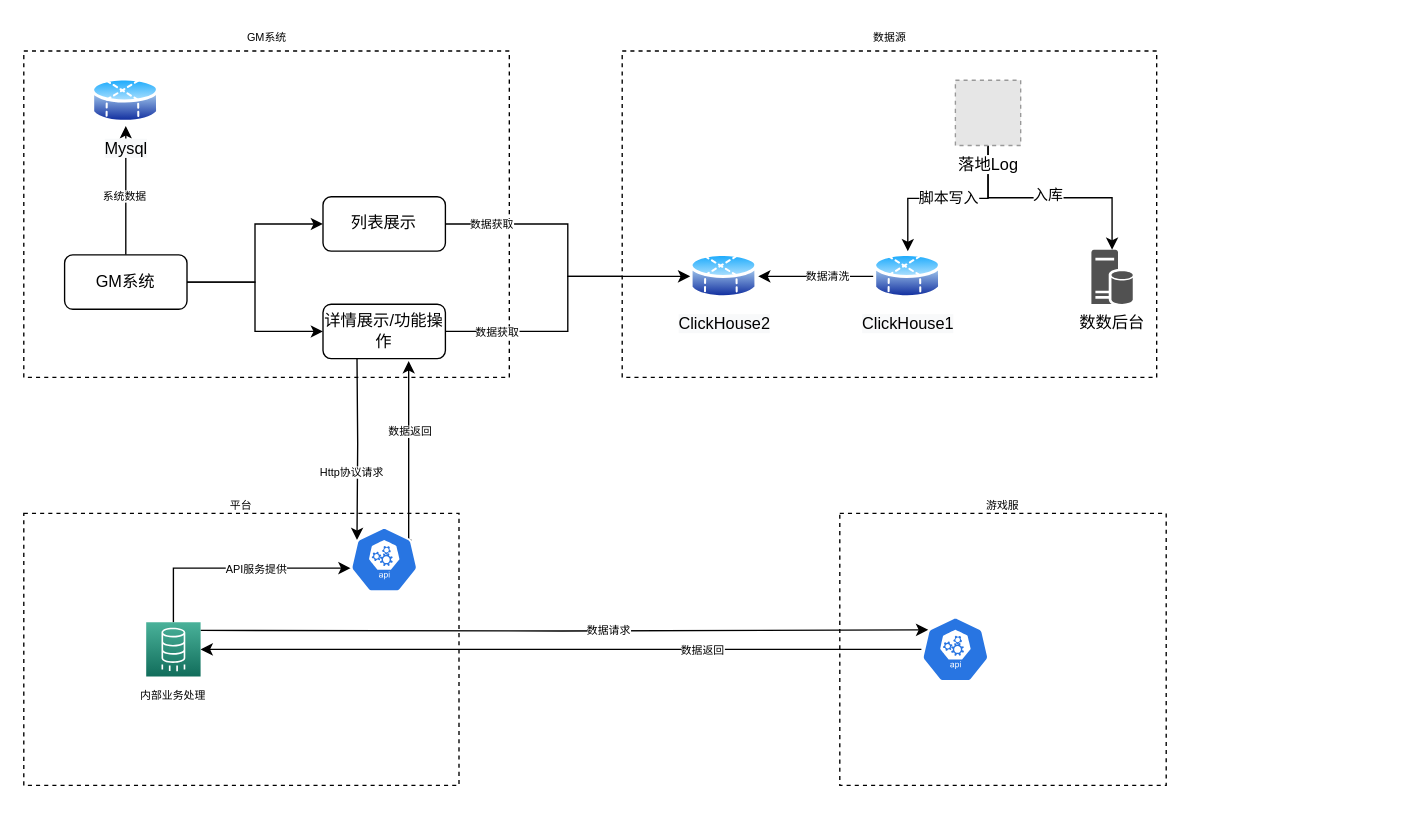
Earlier version of the draw.io diagram GM系统架构图.drawio (ontopzzj/zzsf). Source tidied: cells renumbered, new cells numbered last; positions are measured from the earlier drawing's top-left corner, leaving out a move shared by most shapes. Both pictures are drawn from the tidied source at 136%, with x=0, y=0 at pixel (23, 23). Pictures stored in the file or linked from it are replaced by grey dashed boxes.
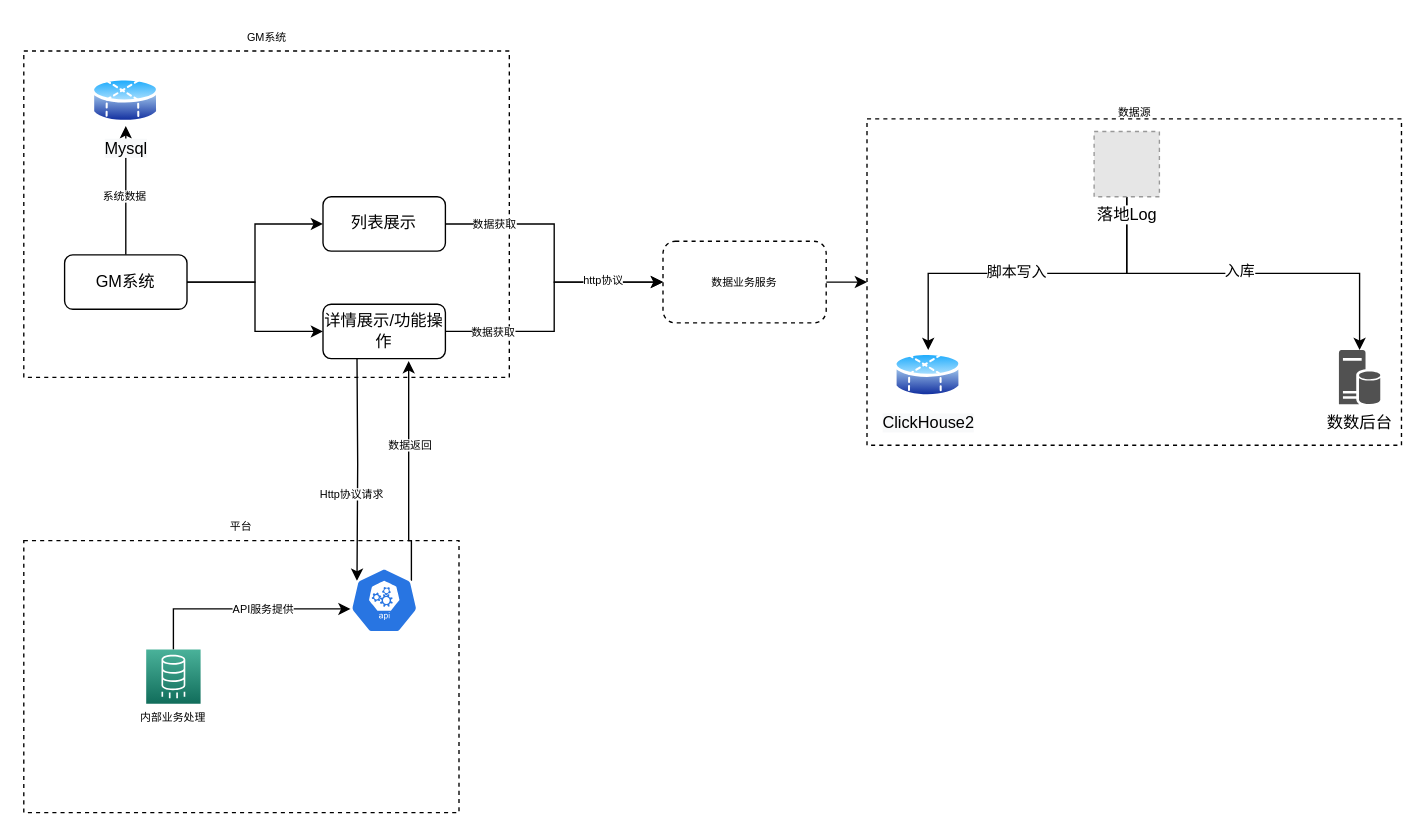
The same diagram, later.

Commit message:
Update GM系统架构图.drawio

The change refers to these unchanged cells:
```xml
<mxCell id="14" value="详情展示/功能操作" style="rounded=1;whiteSpace=wrap;html=1;" parent="1" vertex="1">
  <mxGeometry x="220" y="206.2" width="90" height="40" as="geometry" />
</mxCell>
<mxCell id="15" value="列表展示" style="rounded=1;whiteSpace=wrap;html=1;" parent="1" vertex="1">
  <mxGeometry x="220" y="127.2" width="90" height="40" as="geometry" />
</mxCell>
```

Diff of the diagram source:
```diff
@@
     <mxCell id="2" style="rounded=0;whiteSpace=wrap;html=1;dashed=1;" parent="1" vertex="1">
-      <mxGeometry y="360" width="320" height="200" as="geometry" />
+      <mxGeometry y="380" width="320" height="200" as="geometry" />
     </mxCell>
@@
-    <mxCell id="10" style="edgeStyle=orthogonalEdgeStyle;rounded=0;jettySize=auto;html=1;entryX=0;entryY=0.5;entryDx=0;entryDy=0;fontSize=8;" parent="1" edge="1" source="14" target="23">
+    <mxCell id="10" style="edgeStyle=orthogonalEdgeStyle;rounded=0;jettySize=auto;html=1;fontSize=8;entryX=0;entryY=0.5;entryDx=0;entryDy=0;" parent="1" edge="1" source="14" target="48">
       <mxGeometry relative="1" as="geometry" />
     </mxCell>
     <mxCell id="11" value="数据获取" style="edgeLabel;html=1;align=center;verticalAlign=middle;fontSize=8;" parent="10" vertex="1">
       <mxGeometry x="-0.54" relative="1" as="geometry">
-        <mxPoint x="-14" as="offset" />
+        <mxPoint x="-11" as="offset" />
       </mxGeometry>
     </mxCell>
@@
     <mxCell id="16" style="rounded=0;whiteSpace=wrap;html=1;dashed=1;" parent="1" vertex="1">
-      <mxGeometry x="440" y="20" width="393" height="240" as="geometry" />
+      <mxGeometry x="620" y="69.9" width="393" height="240" as="geometry" />
     </mxCell>
     <mxCell id="17" value="数数后台" style="shadow=0;dashed=0;html=1;strokeColor=none;labelPosition=center;verticalLabelPosition=bottom;verticalAlign=top;align=center;fillColor=#515151;shape=mxgraph.mscae.enterprise.database_server;" parent="1" vertex="1">
-      <mxGeometry x="785" y="166.2" width="30.4" height="40" as="geometry" />
+      <mxGeometry x="967" y="239.9" width="30.4" height="40" as="geometry" />
     </mxCell>
-    <mxCell id="18" style="edgeStyle=orthogonalEdgeStyle;rounded=0;jettySize=auto;html=1;entryX=0.5;entryY=0;entryDx=0;entryDy=0;exitX=0.5;exitY=1;exitDx=0;exitDy=0;" parent="1" edge="1" source="22" target="45">
+    <mxCell id="18" style="edgeStyle=orthogonalEdgeStyle;rounded=0;jettySize=auto;html=1;entryX=0.5;entryY=0;entryDx=0;entryDy=0;exitX=0.5;exitY=1;exitDx=0;exitDy=0;" parent="1" edge="1" source="22" target="23">
       <mxGeometry relative="1" as="geometry" />
     </mxCell>
@@
     <mxCell id="22" value="落地Log" style="fillColor=#E6E6E6;strokeColor=#999999;dashed=1;html=1;verticalAlign=top;verticalLabelPosition=bottom;labelBackgroundColor=#ffffff;" parent="1" vertex="1">
-      <mxGeometry x="685" y="41.5" width="48" height="48" as="geometry" />
+      <mxGeometry x="787" y="79.2" width="48" height="48" as="geometry" />
     </mxCell>
     <mxCell id="23" value="&lt;span style=&quot;color: rgb(0 , 0 , 0) ; font-family: &amp;#34;helvetica&amp;#34; ; font-size: 12px ; font-style: normal ; font-weight: 400 ; letter-spacing: normal ; text-align: center ; text-indent: 0px ; text-transform: none ; word-spacing: 0px ; background-color: rgb(248 , 249 , 250) ; display: inline ; float: none&quot;&gt;ClickHouse2&lt;/span&gt;" style="perimeter=ellipsePerimeter;html=1;align=center;shadow=0;dashed=0;spacingTop=3;image;image=img/lib/active_directory/database_partition_4.svg;" parent="1" vertex="1">
-      <mxGeometry x="490" y="167.2" width="50" height="37" as="geometry" />
+      <mxGeometry x="640" y="239.9" width="50" height="37" as="geometry" />
     </mxCell>
-    <mxCell id="24" style="edgeStyle=orthogonalEdgeStyle;rounded=0;jettySize=auto;html=1;entryX=0;entryY=0.5;entryDx=0;entryDy=0;fontSize=8;" parent="1" edge="1" source="15" target="23">
+    <mxCell id="24" style="edgeStyle=orthogonalEdgeStyle;rounded=0;jettySize=auto;html=1;entryX=0;entryY=0.5;entryDx=0;entryDy=0;fontSize=8;" parent="1" edge="1" source="15" target="48">
       <mxGeometry relative="1" as="geometry" />
     </mxCell>
     <mxCell id="25" value="数据获取" style="edgeLabel;html=1;align=center;verticalAlign=middle;fontSize=8;" parent="24" vertex="1">
       <mxGeometry x="-0.51" y="-2" relative="1" as="geometry">
-        <mxPoint x="-21" y="-2" as="offset" />
+        <mxPoint x="-15" y="-2" as="offset" />
       </mxGeometry>
     </mxCell>
+    <mxCell id="46" value="http协议" style="edgeLabel;html=1;align=center;verticalAlign=middle;fontSize=8;" parent="24" vertex="1">
+      <mxGeometry x="0.56" y="1" relative="1" as="geometry" />
+    </mxCell>
@@
     <mxCell id="27" value="数据源" style="text;html=1;strokeColor=none;fillColor=none;align=center;verticalAlign=middle;whiteSpace=wrap;rounded=0;dashed=1;fontSize=8;" parent="1" vertex="1">
-      <mxGeometry x="596.5" width="80" height="20" as="geometry" />
+      <mxGeometry x="776.5" y="55.2" width="80" height="20" as="geometry" />
     </mxCell>
     <mxCell id="28" value="平台" style="text;html=1;strokeColor=none;fillColor=none;align=center;verticalAlign=middle;whiteSpace=wrap;rounded=0;dashed=1;fontSize=8;" parent="1" vertex="1">
-      <mxGeometry x="130" y="343.8" width="60" height="20" as="geometry" />
+      <mxGeometry x="130" y="360" width="60" height="20" as="geometry" />
     </mxCell>
@@
     <mxCell id="31" style="html=1;dashed=0;whitespace=wrap;fillColor=#2875E2;strokeColor=#ffffff;points=[[0.005,0.63,0],[0.1,0.2,0],[0.9,0.2,0],[0.5,0,0],[0.995,0.63,0],[0.72,0.99,0],[0.5,1,0],[0.28,0.99,0]];shape=mxgraph.kubernetes.icon;prIcon=api;fontSize=8;" parent="1" vertex="1">
-      <mxGeometry x="240" y="370" width="50" height="48" as="geometry" />
+      <mxGeometry x="240" y="400" width="50" height="48" as="geometry" />
     </mxCell>
-    <mxCell id="32" style="rounded=0;whiteSpace=wrap;html=1;dashed=1;" parent="1" vertex="1">
-      <mxGeometry x="600" y="360" width="240" height="200" as="geometry" />
-    </mxCell>
-    <mxCell id="33" value="游戏服" style="text;html=1;strokeColor=none;fillColor=none;align=center;verticalAlign=middle;whiteSpace=wrap;rounded=0;dashed=1;fontSize=8;" parent="1" vertex="1">
-      <mxGeometry x="690" y="343.8" width="60" height="20" as="geometry" />
-    </mxCell>
@@
-    <mxCell id="36" style="edgeStyle=orthogonalEdgeStyle;rounded=0;jettySize=auto;html=1;entryX=0.1;entryY=0.2;entryDx=0;entryDy=0;entryPerimeter=0;fontSize=8;" parent="1" edge="1" target="41">
-      <mxGeometry relative="1" as="geometry">
-        <mxPoint x="130" y="446" as="sourcePoint" />
-      </mxGeometry>
-    </mxCell>
-    <mxCell id="37" value="数据请求" style="edgeLabel;html=1;align=center;verticalAlign=middle;fontSize=8;" parent="36" vertex="1">
-      <mxGeometry x="0.12" relative="1" as="geometry" />
-    </mxCell>
     <mxCell id="38" style="points=[[0,0,0],[0.25,0,0],[0.5,0,0],[0.75,0,0],[1,0,0],[0,1,0],[0.25,1,0],[0.5,1,0],[0.75,1,0],[1,1,0],[0,0.25,0],[0,0.5,0],[0,0.75,0],[1,0.25,0],[1,0.5,0],[1,0.75,0]];outlineConnect=0;fontColor=#232F3E;gradientColor=#4AB29A;gradientDirection=north;fillColor=#116D5B;strokeColor=#ffffff;dashed=0;verticalLabelPosition=bottom;verticalAlign=top;align=center;html=1;fontSize=12;fontStyle=0;shape=mxgraph.aws4.resourceIcon;resIcon=mxgraph.aws4.database_migration_service;" parent="1" vertex="1">
-      <mxGeometry x="90" y="440" width="40" height="40" as="geometry" />
+      <mxGeometry x="90" y="460" width="40" height="40" as="geometry" />
     </mxCell>
-    <mxCell id="39" style="edgeStyle=orthogonalEdgeStyle;rounded=0;jettySize=auto;html=1;entryX=1;entryY=0.5;entryDx=0;entryDy=0;entryPerimeter=0;fontSize=8;" parent="1" edge="1" source="41" target="38">
-      <mxGeometry relative="1" as="geometry" />
-    </mxCell>
-    <mxCell id="40" value="数据返回" style="edgeLabel;html=1;align=center;verticalAlign=middle;fontSize=8;" parent="39" vertex="1">
-      <mxGeometry x="-0.44" y="1" relative="1" as="geometry">
-        <mxPoint x="-14" y="-1" as="offset" />
-      </mxGeometry>
-    </mxCell>
-    <mxCell id="41" style="html=1;dashed=0;whitespace=wrap;fillColor=#2875E2;strokeColor=#ffffff;points=[[0.005,0.63,0],[0.1,0.2,0],[0.9,0.2,0],[0.5,0,0],[0.995,0.63,0],[0.72,0.99,0],[0.5,1,0],[0.28,0.99,0]];shape=mxgraph.kubernetes.icon;prIcon=api;fontSize=8;" parent="1" vertex="1">
-      <mxGeometry x="660" y="436" width="50" height="48" as="geometry" />
-    </mxCell>
     <mxCell id="42" value="内部业务处理" style="text;html=1;strokeColor=none;fillColor=none;align=center;verticalAlign=middle;whiteSpace=wrap;rounded=0;dashed=1;fontSize=8;" parent="1" vertex="1">
-      <mxGeometry x="70" y="484" width="80" height="20" as="geometry" />
+      <mxGeometry x="70" y="500" width="80" height="20" as="geometry" />
     </mxCell>
-    <mxCell id="43" style="edgeStyle=orthogonalEdgeStyle;rounded=0;jettySize=auto;html=1;fontSize=8;" parent="1" edge="1" source="45" target="23">
-      <mxGeometry relative="1" as="geometry" />
-    </mxCell>
-    <mxCell id="44" value="数据清洗" style="edgeLabel;html=1;align=center;verticalAlign=middle;fontSize=8;" parent="43" vertex="1">
-      <mxGeometry x="0.15" y="-2" relative="1" as="geometry">
-        <mxPoint x="14" y="2" as="offset" />
-      </mxGeometry>
-    </mxCell>
-    <mxCell id="45" value="&lt;span style=&quot;color: rgb(0 , 0 , 0) ; font-family: &amp;#34;helvetica&amp;#34; ; font-size: 12px ; font-style: normal ; font-weight: 400 ; letter-spacing: normal ; text-align: center ; text-indent: 0px ; text-transform: none ; word-spacing: 0px ; background-color: rgb(248 , 249 , 250) ; display: inline ; float: none&quot;&gt;ClickHouse1&lt;/span&gt;" style="perimeter=ellipsePerimeter;html=1;align=center;shadow=0;dashed=0;spacingTop=3;image;image=img/lib/active_directory/database_partition_4.svg;" parent="1" vertex="1">
-      <mxGeometry x="625" y="167.2" width="50" height="37" as="geometry" />
-    </mxCell>
+    <mxCell id="47" style="edgeStyle=orthogonalEdgeStyle;rounded=0;jettySize=auto;html=1;fontSize=8;" parent="1" edge="1" source="48" target="16">
+      <mxGeometry relative="1" as="geometry" />
+    </mxCell>
+    <mxCell id="48" value="数据业务服务" style="rounded=1;whiteSpace=wrap;html=1;dashed=1;fontSize=8;" parent="1" vertex="1">
+      <mxGeometry x="470" y="159.9" width="120" height="60" as="geometry" />
+    </mxCell>
```
